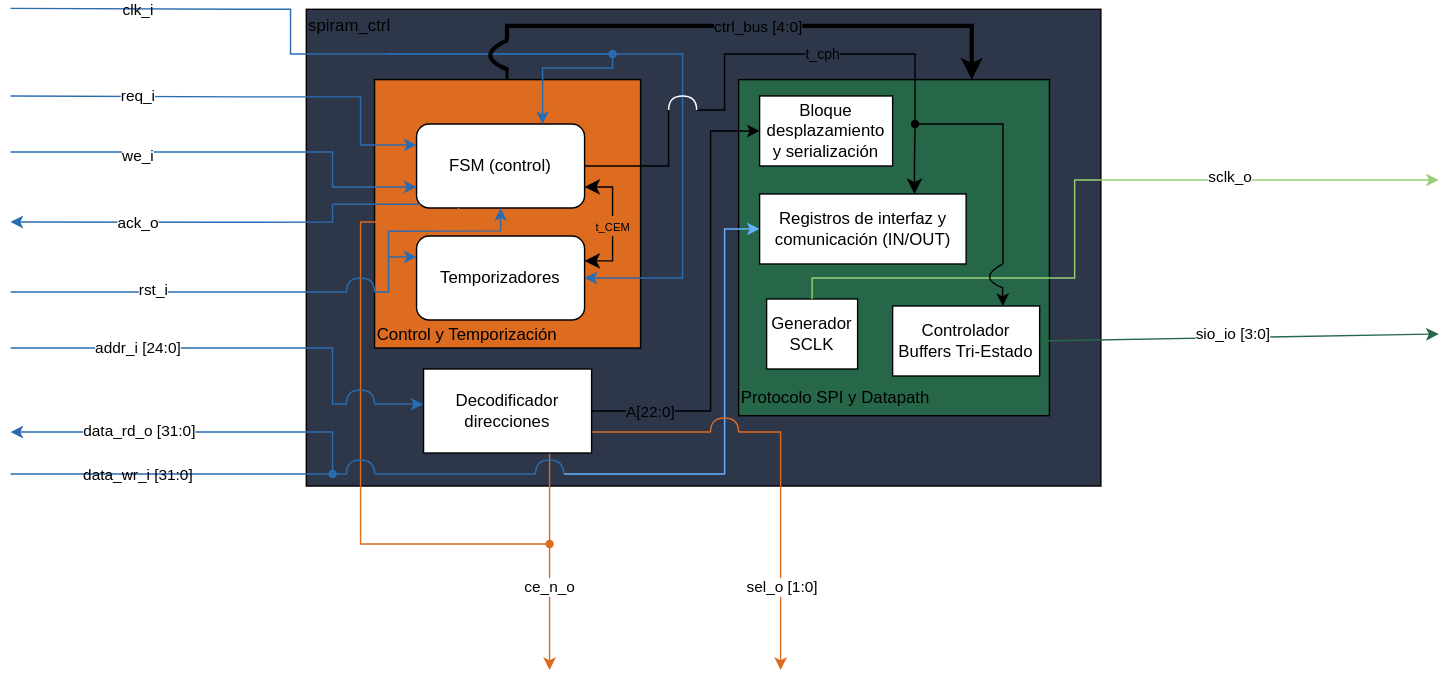
The draw.io diagram Images/Expanded_Box.svg in KUBIX2026/SPI_RAM, before a commit. Source tidied: cells renumbered, new cells last; positions are measured from the earlier drawing's top-left corner, leaving out a move shared by most shapes.
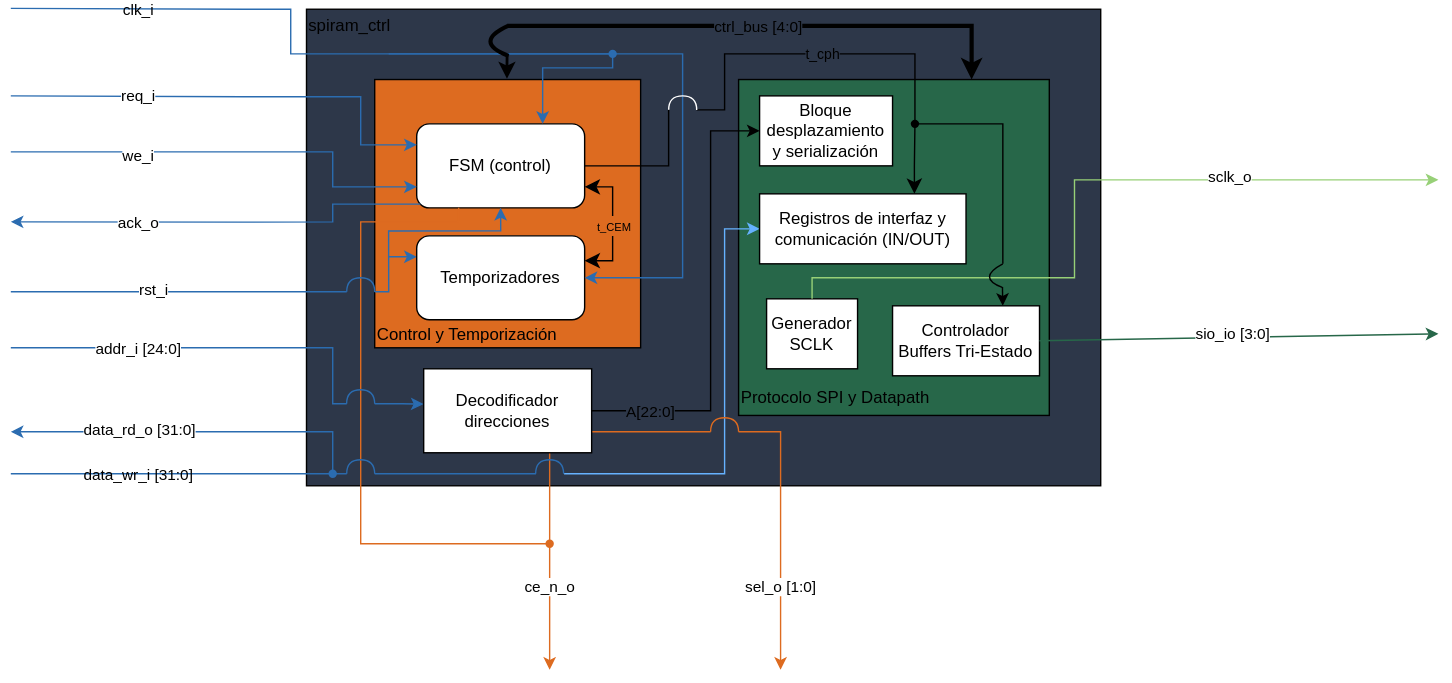
The same file after the commit.

Diff of the diagram source:
```diff
@@ -36,8 +36,8 @@
       </mxGeometry>
     </mxCell>
     <mxCell id="8" style="edgeStyle=orthogonalEdgeStyle;rounded=0;jettySize=auto;html=1;entryX=0.75;entryY=0;entryDx=0;entryDy=0;defaultLabelBackgroundColor=page;strokeWidth=3;" parent="1" edge="1" target="12">
-      <mxGeometry x="-0.01" relative="1" as="geometry">
-        <mxPoint x="354.6" y="23.2" as="sourcePoint" />
+      <mxGeometry x="-0.04" relative="1" as="geometry">
+        <mxPoint x="354.6" y="13" as="sourcePoint" />
         <Array as="points">
           <mxPoint x="354.6" y="13" />
           <mxPoint x="686.5" y="13" />
@@ -45,11 +45,11 @@
       </mxGeometry>
     </mxCell>
     <mxCell id="9" value="ctrl_bus [4:0]" style="edgeLabel;html=1;align=center;verticalAlign=middle;inheritText=1;defaultLabelBackgroundColor=page;" parent="8" vertex="1">
-      <mxGeometry x="-0.01" relative="1" as="geometry" />
+      <mxGeometry x="-0.03" relative="1" as="geometry" />
     </mxCell>
-    <mxCell id="10" style="edgeStyle=orthogonalEdgeStyle;rounded=0;jettySize=auto;html=1;exitX=0.5;exitY=0;exitDx=0;exitDy=0;defaultLabelBackgroundColor=page;endArrow=none;endFill=0;strokeWidth=2;" parent="1" edge="1" source="11">
-      <mxGeometry relative="1" as="geometry">
-        <mxPoint x="355.1" y="43.2" as="targetPoint" />
+    <mxCell id="10" style="edgeStyle=orthogonalEdgeStyle;rounded=0;jettySize=auto;html=1;exitX=0.5;exitY=0;exitDx=0;exitDy=0;defaultLabelBackgroundColor=page;endArrow=none;endFill=0;strokeWidth=2;startArrow=classic;startFill=1;" parent="1" edge="1" source="11">
+      <mxGeometry x="-0.56" relative="1" as="geometry">
+        <mxPoint x="355.1" y="33" as="targetPoint" />
         <Array as="points">
           <mxPoint x="355" y="43" />
         </Array>
@@ -441,10 +441,10 @@
     </mxCell>
     <mxCell id="72" style="curved=1;curveGeometry=1;endArrow=none;html=1;rounded=0;defaultLabelBackgroundColor=page;endFill=0;strokeWidth=3;" parent="1" edge="1">
       <mxGeometry x="-0.24" relative="1" as="geometry">
-        <mxPoint x="355.3" y="23" as="sourcePoint" />
-        <mxPoint x="355.6" y="44.4" as="targetPoint" />
+        <mxPoint x="355.3" y="13" as="sourcePoint" />
+        <mxPoint x="355.6" y="34.4" as="targetPoint" />
         <Array as="points">
-          <mxPoint x="330" y="34.6" />
+          <mxPoint x="330" y="24.6" />
         </Array>
       </mxGeometry>
     </mxCell>
```
